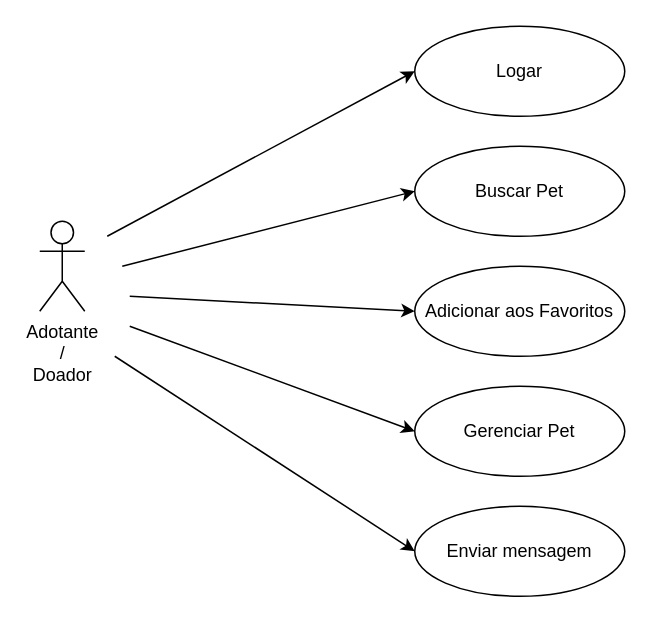
The draw.io diagram Diagrama Caso de Uso.drawio in viniciussilverio/petsgo, before the edit. Source tidied: cells renumbered, new cells numbered last; positions are measured from the earlier drawing's top-left corner, leaving out a move shared by most shapes. Both pictures are drawn from the tidied source at 150%, with x=0, y=0 at pixel (39, 26).
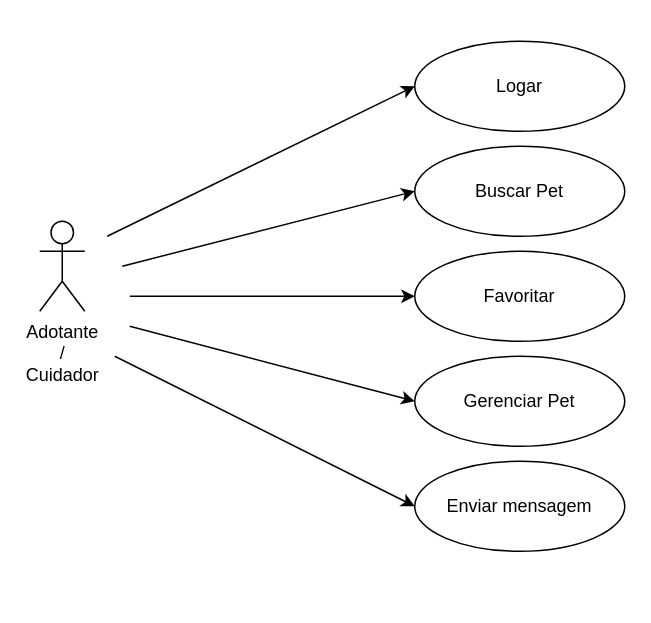
The same diagram, later.

Change to the diagram source:
```diff
@@
 <mxGraphModel>
   <root>
     <mxCell id="0" />
     <mxCell id="1" parent="0" />
-    <mxCell id="2" value="Adotante&lt;br&gt;/&lt;br&gt;Doador&lt;br&gt;" style="shape=umlActor;verticalLabelPosition=bottom;labelBackgroundColor=#ffffff;verticalAlign=top;html=1;" parent="1" vertex="1">
+    <mxCell id="2" value="Adotante&lt;br&gt;/&lt;br&gt;Cuidador" style="shape=umlActor;verticalLabelPosition=bottom;labelBackgroundColor=#ffffff;verticalAlign=top;html=1;" parent="1" vertex="1">
       <mxGeometry y="130" width="30" height="60" as="geometry" />
     </mxCell>
     <mxCell id="3" value="Logar&lt;br&gt;" style="ellipse;whiteSpace=wrap;html=1;" parent="1" vertex="1">
-      <mxGeometry x="250" width="140" height="60" as="geometry" />
+      <mxGeometry x="250" y="10" width="140" height="60" as="geometry" />
     </mxCell>
     <mxCell id="4" value="Buscar Pet&lt;br&gt;" style="ellipse;whiteSpace=wrap;html=1;" parent="1" vertex="1">
       <mxGeometry x="250" y="80" width="140" height="60" as="geometry" />
     </mxCell>
-    <mxCell id="5" value="Adicionar aos Favoritos&lt;br&gt;" style="ellipse;whiteSpace=wrap;html=1;" parent="1" vertex="1">
-      <mxGeometry x="250" y="160" width="140" height="60" as="geometry" />
+    <mxCell id="5" value="Favoritar" style="ellipse;whiteSpace=wrap;html=1;" parent="1" vertex="1">
+      <mxGeometry x="250" y="150" width="140" height="60" as="geometry" />
     </mxCell>
     <mxCell id="6" value="Enviar mensagem" style="ellipse;whiteSpace=wrap;html=1;" parent="1" vertex="1">
-      <mxGeometry x="250" y="320" width="140" height="60" as="geometry" />
+      <mxGeometry x="250" y="290" width="140" height="60" as="geometry" />
     </mxCell>
     <mxCell id="7" style="endArrow=classic;html=1;entryX=0;entryY=0.5;entryDx=0;entryDy=0;" parent="1" edge="1" target="6">
       <mxGeometry relative="1" as="geometry">
         <mxPoint x="50" y="220" as="sourcePoint" />
       </mxGeometry>
     </mxCell>
     <mxCell id="8" style="endArrow=classic;html=1;strokeColor=#000000;entryX=0;entryY=0.5;entryDx=0;entryDy=0;" parent="1" edge="1" target="3">
       <mxGeometry relative="1" as="geometry">
         <mxPoint x="45" y="140" as="sourcePoint" />
       </mxGeometry>
     </mxCell>
     <mxCell id="9" style="endArrow=classic;html=1;strokeColor=#000000;entryX=0;entryY=0.5;entryDx=0;entryDy=0;" parent="1" edge="1" target="4">
       <mxGeometry relative="1" as="geometry">
         <mxPoint x="55" y="160" as="sourcePoint" />
       </mxGeometry>
     </mxCell>
     <mxCell id="10" style="endArrow=classic;html=1;strokeColor=#000000;entryX=0;entryY=0.5;entryDx=0;entryDy=0;" parent="1" edge="1" target="5">
       <mxGeometry relative="1" as="geometry">
         <mxPoint x="60" y="180" as="sourcePoint" />
       </mxGeometry>
     </mxCell>
     <mxCell id="11" style="endArrow=classic;html=1;strokeColor=#000000;entryX=0;entryY=0.5;entryDx=0;entryDy=0;" parent="1" edge="1" target="12">
       <mxGeometry relative="1" as="geometry">
         <mxPoint x="60" y="200" as="sourcePoint" />
       </mxGeometry>
     </mxCell>
     <mxCell id="12" value="Gerenciar Pet" style="ellipse;whiteSpace=wrap;html=1;" parent="1" vertex="1">
-      <mxGeometry x="250" y="240" width="140" height="60" as="geometry" />
+      <mxGeometry x="250" y="220" width="140" height="60" as="geometry" />
     </mxCell>
   </root>
 </mxGraphModel>
```
